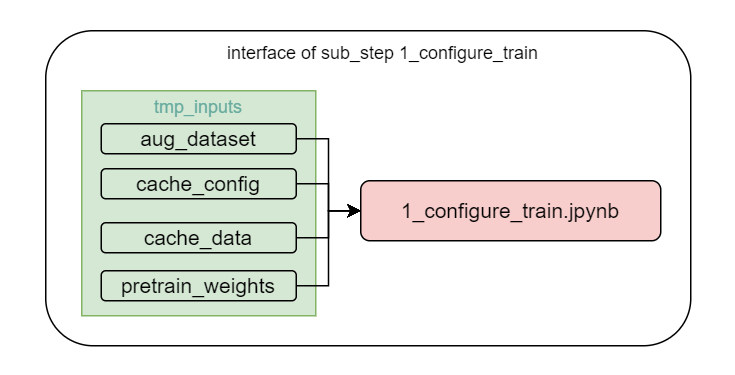
The draw.io diagram imgs/1_configure_train.drawio.png in 4-DS/obj_detect_rest-model_train, before a commit. Source tidied: cells renumbered, new cells last; positions are measured from the earlier drawing's top-left corner, leaving out a move shared by most shapes. Source of this version:
```xml
<mxGraphModel>
  <root>
    <mxCell id="0" />
    <mxCell id="1" parent="0" />
    <mxCell id="2" style="rounded=1;whiteSpace=wrap;html=1;strokeColor=none;" parent="1" vertex="1">
      <mxGeometry width="490" height="250" as="geometry" />
    </mxCell>
    <mxCell id="3" style="rounded=1;whiteSpace=wrap;html=1;" parent="1" vertex="1">
      <mxGeometry x="30" y="20" width="430" height="210" as="geometry" />
    </mxCell>
    <mxCell id="4" value="&lt;font style=&quot;font-size: 12px;&quot;&gt;&lt;font color=&quot;#67ab9f&quot;&gt;&lt;font style=&quot;font-size: 12px;&quot;&gt;tmp_inputs&lt;/font&gt;&lt;br&gt;&lt;br&gt;&lt;br&gt;&lt;br&gt;&lt;br&gt;&lt;br&gt;&lt;br&gt;&lt;br&gt;&lt;br&gt;&lt;/font&gt;&lt;br&gt;&lt;/font&gt;" style="rounded=0;whiteSpace=wrap;html=1;fillColor=#d5e8d4;strokeColor=#82b366;" parent="1" vertex="1">
      <mxGeometry x="54" y="60" width="156" height="150" as="geometry" />
    </mxCell>
    <mxCell id="5" value="interface of sub_step&amp;nbsp;1_configure_train" style="text;html=1;strokeColor=none;fillColor=none;align=center;verticalAlign=middle;whiteSpace=wrap;rounded=0;" parent="1" vertex="1">
      <mxGeometry x="140" y="20" width="230" height="30" as="geometry" />
    </mxCell>
    <mxCell id="6" value="&lt;font style=&quot;font-size: 14px;&quot;&gt;1_configure_train.jpynb&lt;/font&gt;" style="rounded=1;whiteSpace=wrap;html=1;fillColor=#f8cecc;strokeColor=#000000;strokeWidth=1;" parent="1" vertex="1">
      <mxGeometry x="240" y="120" width="200" height="40" as="geometry" />
    </mxCell>
    <mxCell id="7" style="edgeStyle=orthogonalEdgeStyle;rounded=0;jettySize=auto;html=1;entryX=0;entryY=0.5;entryDx=0;entryDy=0;" parent="1" edge="1" source="8" target="6">
      <mxGeometry relative="1" as="geometry" />
    </mxCell>
    <mxCell id="8" value="&lt;font style=&quot;font-size: 14px;&quot;&gt;aug_dataset&lt;/font&gt;" style="rounded=1;whiteSpace=wrap;html=1;fillColor=#d5e8d4;strokeColor=#000000;strokeWidth=1;" parent="1" vertex="1">
      <mxGeometry x="67" y="82" width="130" height="20" as="geometry" />
    </mxCell>
    <mxCell id="9" style="edgeStyle=orthogonalEdgeStyle;rounded=0;jettySize=auto;html=1;entryX=0;entryY=0.5;entryDx=0;entryDy=0;" parent="1" edge="1" source="10" target="6">
      <mxGeometry relative="1" as="geometry" />
    </mxCell>
    <mxCell id="10" value="&lt;font style=&quot;font-size: 14px;&quot;&gt;pretrain_weights&lt;/font&gt;" style="rounded=1;whiteSpace=wrap;html=1;fillColor=#d5e8d4;strokeColor=#000000;strokeWidth=1;" parent="1" vertex="1">
      <mxGeometry x="67" y="180" width="130" height="20" as="geometry" />
    </mxCell>
    <mxCell id="11" style="edgeStyle=orthogonalEdgeStyle;rounded=0;jettySize=auto;html=1;entryX=0;entryY=0.5;entryDx=0;entryDy=0;" parent="1" edge="1" source="12" target="6">
      <mxGeometry relative="1" as="geometry" />
    </mxCell>
    <mxCell id="12" value="&lt;font style=&quot;font-size: 14px;&quot;&gt;cache_config&lt;/font&gt;" style="rounded=1;whiteSpace=wrap;html=1;fillColor=#d5e8d4;strokeColor=#000000;strokeWidth=1;" parent="1" vertex="1">
      <mxGeometry x="67" y="112" width="130" height="20" as="geometry" />
    </mxCell>
    <mxCell id="13" style="edgeStyle=orthogonalEdgeStyle;rounded=0;jettySize=auto;html=1;entryX=0;entryY=0.5;entryDx=0;entryDy=0;" parent="1" edge="1" source="14" target="6">
      <mxGeometry relative="1" as="geometry" />
    </mxCell>
    <mxCell id="14" value="&lt;font style=&quot;font-size: 14px;&quot;&gt;cache_data&lt;/font&gt;" style="rounded=1;whiteSpace=wrap;html=1;fillColor=#d5e8d4;strokeColor=#000000;strokeWidth=1;" parent="1" vertex="1">
      <mxGeometry x="67" y="148" width="130" height="20" as="geometry" />
    </mxCell>
  </root>
</mxGraphModel>
```
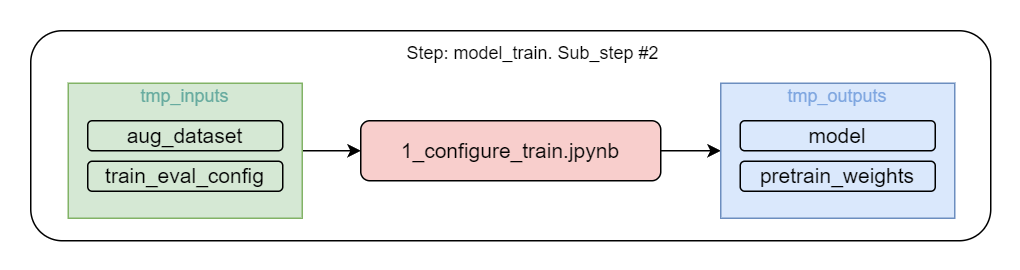
After the change.

Diff of the diagram source:
```diff
@@ -2,44 +2,41 @@
   <root>
     <mxCell id="0" />
     <mxCell id="1" parent="0" />
-    <mxCell id="2" style="rounded=1;whiteSpace=wrap;html=1;strokeColor=none;" parent="1" vertex="1">
-      <mxGeometry width="490" height="250" as="geometry" />
-    </mxCell>
-    <mxCell id="3" style="rounded=1;whiteSpace=wrap;html=1;" parent="1" vertex="1">
-      <mxGeometry x="30" y="20" width="430" height="210" as="geometry" />
-    </mxCell>
+    <mxCell id="15" style="rounded=1;whiteSpace=wrap;html=1;strokeColor=none;" parent="1" vertex="1">
+      <mxGeometry x="-10" y="330" width="680" height="180" as="geometry" />
+    </mxCell>
+    <mxCell id="16" style="rounded=1;whiteSpace=wrap;html=1;" parent="1" vertex="1">
+      <mxGeometry x="10" y="350" width="640" height="140" as="geometry" />
+    </mxCell>
+    <mxCell id="17" style="edgeStyle=orthogonalEdgeStyle;rounded=0;jettySize=auto;html=1;entryX=0;entryY=0.5;entryDx=0;entryDy=0;" parent="1" edge="1" source="4" target="6">
+      <mxGeometry relative="1" as="geometry" />
+    </mxCell>
-    <mxCell id="4" value="&lt;font style=&quot;font-size: 12px;&quot;&gt;&lt;font color=&quot;#67ab9f&quot;&gt;&lt;font style=&quot;font-size: 12px;&quot;&gt;tmp_inputs&lt;/font&gt;&lt;br&gt;&lt;br&gt;&lt;br&gt;&lt;br&gt;&lt;br&gt;&lt;br&gt;&lt;br&gt;&lt;br&gt;&lt;br&gt;&lt;/font&gt;&lt;br&gt;&lt;/font&gt;" style="rounded=0;whiteSpace=wrap;html=1;fillColor=#d5e8d4;strokeColor=#82b366;" parent="1" vertex="1">
-      <mxGeometry x="54" y="60" width="156" height="150" as="geometry" />
+    <mxCell id="4" value="&lt;font style=&quot;font-size: 12px;&quot;&gt;&lt;font color=&quot;#67ab9f&quot;&gt;&lt;font style=&quot;font-size: 12px;&quot;&gt;tmp_inputs&lt;/font&gt;&lt;br&gt;&lt;br&gt;&lt;br&gt;&lt;br&gt;&lt;br&gt;&lt;/font&gt;&lt;br&gt;&lt;/font&gt;" style="rounded=0;whiteSpace=wrap;html=1;fillColor=#d5e8d4;strokeColor=#82b366;" parent="1" vertex="1">
+      <mxGeometry x="35" y="385" width="156" height="90" as="geometry" />
     </mxCell>
-    <mxCell id="5" value="interface of sub_step&amp;nbsp;1_configure_train" style="text;html=1;strokeColor=none;fillColor=none;align=center;verticalAlign=middle;whiteSpace=wrap;rounded=0;" parent="1" vertex="1">
-      <mxGeometry x="140" y="20" width="230" height="30" as="geometry" />
-    </mxCell>
+    <mxCell id="18" value="Step: model_train. Sub_step #2" style="text;html=1;strokeColor=none;fillColor=none;align=center;verticalAlign=middle;whiteSpace=wrap;rounded=0;" parent="1" vertex="1">
+      <mxGeometry x="230" y="350" width="230" height="30" as="geometry" />
+    </mxCell>
+    <mxCell id="19" style="edgeStyle=orthogonalEdgeStyle;rounded=0;jettySize=auto;html=1;entryX=0;entryY=0.5;entryDx=0;entryDy=0;" parent="1" edge="1" source="6" target="21">
+      <mxGeometry relative="1" as="geometry" />
+    </mxCell>
     <mxCell id="6" value="&lt;font style=&quot;font-size: 14px;&quot;&gt;1_configure_train.jpynb&lt;/font&gt;" style="rounded=1;whiteSpace=wrap;html=1;fillColor=#f8cecc;strokeColor=#000000;strokeWidth=1;" parent="1" vertex="1">
-      <mxGeometry x="240" y="120" width="200" height="40" as="geometry" />
+      <mxGeometry x="230" y="410" width="200" height="40" as="geometry" />
     </mxCell>
-    <mxCell id="7" style="edgeStyle=orthogonalEdgeStyle;rounded=0;jettySize=auto;html=1;entryX=0;entryY=0.5;entryDx=0;entryDy=0;" parent="1" edge="1" source="8" target="6">
-      <mxGeometry relative="1" as="geometry" />
-    </mxCell>
     <mxCell id="8" value="&lt;font style=&quot;font-size: 14px;&quot;&gt;aug_dataset&lt;/font&gt;" style="rounded=1;whiteSpace=wrap;html=1;fillColor=#d5e8d4;strokeColor=#000000;strokeWidth=1;" parent="1" vertex="1">
-      <mxGeometry x="67" y="82" width="130" height="20" as="geometry" />
+      <mxGeometry x="48" y="410" width="130" height="20" as="geometry" />
     </mxCell>
-    <mxCell id="9" style="edgeStyle=orthogonalEdgeStyle;rounded=0;jettySize=auto;html=1;entryX=0;entryY=0.5;entryDx=0;entryDy=0;" parent="1" edge="1" source="10" target="6">
-      <mxGeometry relative="1" as="geometry" />
-    </mxCell>
+    <mxCell id="20" value="&lt;font style=&quot;font-size: 14px;&quot;&gt;train_eval_config&lt;/font&gt;" style="rounded=1;whiteSpace=wrap;html=1;fillColor=#d5e8d4;strokeColor=#000000;strokeWidth=1;" parent="1" vertex="1">
+      <mxGeometry x="48" y="437" width="130" height="20" as="geometry" />
+    </mxCell>
+    <mxCell id="21" value="&lt;font style=&quot;font-size: 12px;&quot;&gt;&lt;font color=&quot;#7ea6e0&quot;&gt;&lt;font style=&quot;font-size: 12px;&quot;&gt;tmp_outputs&lt;/font&gt;&lt;br&gt;&lt;br&gt;&lt;br&gt;&lt;br&gt;&lt;br&gt;&lt;/font&gt;&lt;br&gt;&lt;/font&gt;" style="rounded=0;whiteSpace=wrap;html=1;fillColor=#dae8fc;strokeColor=#6c8ebf;" parent="1" vertex="1">
+      <mxGeometry x="470" y="385" width="156" height="90" as="geometry" />
+    </mxCell>
+    <mxCell id="22" value="&lt;font style=&quot;font-size: 14px;&quot;&gt;model&lt;/font&gt;" style="rounded=1;whiteSpace=wrap;html=1;fillColor=#dae8fc;strokeColor=#000000;strokeWidth=1;" parent="1" vertex="1">
+      <mxGeometry x="483" y="410" width="130" height="20" as="geometry" />
+    </mxCell>
-    <mxCell id="10" value="&lt;font style=&quot;font-size: 14px;&quot;&gt;pretrain_weights&lt;/font&gt;" style="rounded=1;whiteSpace=wrap;html=1;fillColor=#d5e8d4;strokeColor=#000000;strokeWidth=1;" parent="1" vertex="1">
-      <mxGeometry x="67" y="180" width="130" height="20" as="geometry" />
+    <mxCell id="10" value="&lt;font style=&quot;font-size: 14px;&quot;&gt;pretrain_weights&lt;/font&gt;" style="rounded=1;whiteSpace=wrap;html=1;fillColor=#dae8fc;strokeColor=#000000;strokeWidth=1;" parent="1" vertex="1">
+      <mxGeometry x="483" y="437" width="130" height="20" as="geometry" />
     </mxCell>
-    <mxCell id="11" style="edgeStyle=orthogonalEdgeStyle;rounded=0;jettySize=auto;html=1;entryX=0;entryY=0.5;entryDx=0;entryDy=0;" parent="1" edge="1" source="12" target="6">
-      <mxGeometry relative="1" as="geometry" />
-    </mxCell>
-    <mxCell id="12" value="&lt;font style=&quot;font-size: 14px;&quot;&gt;cache_config&lt;/font&gt;" style="rounded=1;whiteSpace=wrap;html=1;fillColor=#d5e8d4;strokeColor=#000000;strokeWidth=1;" parent="1" vertex="1">
-      <mxGeometry x="67" y="112" width="130" height="20" as="geometry" />
-    </mxCell>
-    <mxCell id="13" style="edgeStyle=orthogonalEdgeStyle;rounded=0;jettySize=auto;html=1;entryX=0;entryY=0.5;entryDx=0;entryDy=0;" parent="1" edge="1" source="14" target="6">
-      <mxGeometry relative="1" as="geometry" />
-    </mxCell>
-    <mxCell id="14" value="&lt;font style=&quot;font-size: 14px;&quot;&gt;cache_data&lt;/font&gt;" style="rounded=1;whiteSpace=wrap;html=1;fillColor=#d5e8d4;strokeColor=#000000;strokeWidth=1;" parent="1" vertex="1">
-      <mxGeometry x="67" y="148" width="130" height="20" as="geometry" />
-    </mxCell>
   </root>
 </mxGraphModel>
```
